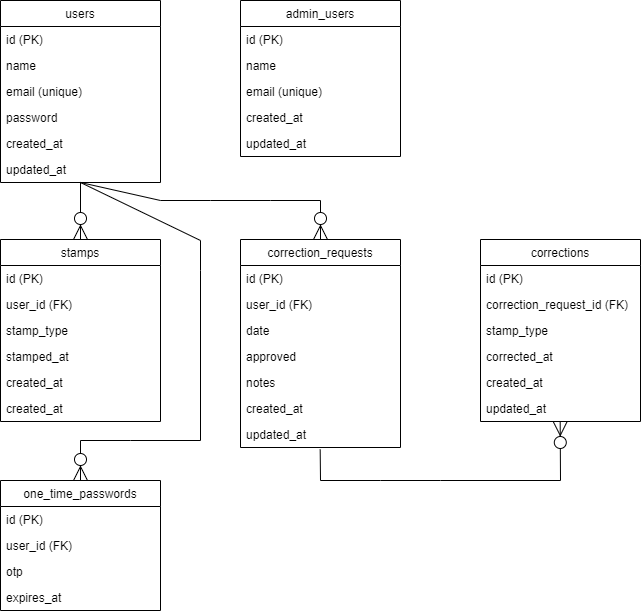
Earlier version of the draw.io export er.drawio.png (wataru-xxxg/attendance). Source tidied: cells renumbered, new cells last; positions are measured from the earlier drawing's top-left corner, leaving out a move shared by most shapes. Its diagram source:
```xml
<mxGraphModel>
  <root>
    <mxCell id="0" />
    <mxCell id="1" parent="0" />
    <mxCell id="2" value="users" style="swimlane;fontStyle=0;horizontal=1;startSize=26;rounded=0;shadow=0;strokeWidth=1;" parent="1" vertex="1">
      <mxGeometry width="160" height="182" as="geometry" />
    </mxCell>
    <mxCell id="3" value="id (PK)" style="text;strokeColor=none;fillColor=none;align=left;verticalAlign=top;spacingLeft=4;spacingRight=4;overflow=hidden;" parent="2" vertex="1">
      <mxGeometry y="26" width="160" height="26" as="geometry" />
    </mxCell>
    <mxCell id="4" value="name" style="text;strokeColor=none;fillColor=none;align=left;verticalAlign=top;spacingLeft=4;spacingRight=4;overflow=hidden;" parent="2" vertex="1">
      <mxGeometry y="52" width="160" height="26" as="geometry" />
    </mxCell>
    <mxCell id="5" value="email (unique)" style="text;strokeColor=none;fillColor=none;align=left;verticalAlign=top;spacingLeft=4;spacingRight=4;overflow=hidden;points=[[0,0.5],[1,0.5]];portConstraint=eastwest;" parent="2" vertex="1">
      <mxGeometry y="78" width="160" height="26" as="geometry" />
    </mxCell>
    <mxCell id="6" value="password" style="text;strokeColor=none;fillColor=none;align=left;verticalAlign=top;spacingLeft=4;spacingRight=4;overflow=hidden;" parent="2" vertex="1">
      <mxGeometry y="104" width="160" height="26" as="geometry" />
    </mxCell>
    <mxCell id="7" value="created_at" style="text;strokeColor=none;fillColor=none;align=left;verticalAlign=top;spacingLeft=4;spacingRight=4;overflow=hidden;" parent="2" vertex="1">
      <mxGeometry y="130" width="160" height="26" as="geometry" />
    </mxCell>
    <mxCell id="8" value="updated_at" style="text;strokeColor=none;fillColor=none;align=left;verticalAlign=top;spacingLeft=4;spacingRight=4;overflow=hidden;" parent="2" vertex="1">
      <mxGeometry y="156" width="160" height="26" as="geometry" />
    </mxCell>
    <mxCell id="9" value="admin_users" style="swimlane;fontStyle=0;horizontal=1;startSize=26;rounded=0;shadow=0;strokeWidth=1;" parent="1" vertex="1">
      <mxGeometry x="240" width="160" height="156" as="geometry" />
    </mxCell>
    <mxCell id="10" value="id (PK)" style="text;strokeColor=none;fillColor=none;align=left;verticalAlign=top;spacingLeft=4;spacingRight=4;overflow=hidden;" parent="9" vertex="1">
      <mxGeometry y="26" width="160" height="26" as="geometry" />
    </mxCell>
    <mxCell id="11" value="name" style="text;strokeColor=none;fillColor=none;align=left;verticalAlign=top;spacingLeft=4;spacingRight=4;overflow=hidden;" parent="9" vertex="1">
      <mxGeometry y="52" width="160" height="26" as="geometry" />
    </mxCell>
    <mxCell id="12" value="email (unique)" style="text;strokeColor=none;fillColor=none;align=left;verticalAlign=top;spacingLeft=4;spacingRight=4;overflow=hidden;" parent="9" vertex="1">
      <mxGeometry y="78" width="160" height="26" as="geometry" />
    </mxCell>
    <mxCell id="13" value="created_at" style="text;strokeColor=none;fillColor=none;align=left;verticalAlign=top;spacingLeft=4;spacingRight=4;overflow=hidden;" parent="9" vertex="1">
      <mxGeometry y="104" width="160" height="26" as="geometry" />
    </mxCell>
    <mxCell id="14" value="updated_at" style="text;strokeColor=none;fillColor=none;align=left;verticalAlign=top;spacingLeft=4;spacingRight=4;overflow=hidden;" parent="9" vertex="1">
      <mxGeometry y="130" width="160" height="26" as="geometry" />
    </mxCell>
    <mxCell id="15" value="stamps" style="swimlane;fontStyle=0;horizontal=1;startSize=26;rounded=0;shadow=0;strokeWidth=1;" parent="1" vertex="1">
      <mxGeometry y="239" width="160" height="182" as="geometry" />
    </mxCell>
    <mxCell id="16" value="id (PK)" style="text;strokeColor=none;fillColor=none;align=left;verticalAlign=top;spacingLeft=4;spacingRight=4;overflow=hidden;" parent="15" vertex="1">
      <mxGeometry y="26" width="160" height="26" as="geometry" />
    </mxCell>
    <mxCell id="17" value="user_id (FK)" style="text;strokeColor=none;fillColor=none;align=left;verticalAlign=top;spacingLeft=4;spacingRight=4;overflow=hidden;" parent="15" vertex="1">
      <mxGeometry y="52" width="160" height="26" as="geometry" />
    </mxCell>
    <mxCell id="18" value="stamp_type" style="text;strokeColor=none;fillColor=none;align=left;verticalAlign=top;spacingLeft=4;spacingRight=4;overflow=hidden;" parent="15" vertex="1">
      <mxGeometry y="78" width="160" height="26" as="geometry" />
    </mxCell>
    <mxCell id="19" value="stamped_at" style="text;strokeColor=none;fillColor=none;align=left;verticalAlign=top;spacingLeft=4;spacingRight=4;overflow=hidden;" parent="15" vertex="1">
      <mxGeometry y="104" width="160" height="26" as="geometry" />
    </mxCell>
    <mxCell id="20" value="created_at" style="text;strokeColor=none;fillColor=none;align=left;verticalAlign=top;spacingLeft=4;spacingRight=4;overflow=hidden;" parent="15" vertex="1">
      <mxGeometry y="130" width="160" height="26" as="geometry" />
    </mxCell>
    <mxCell id="21" value="created_at" style="text;strokeColor=none;fillColor=none;align=left;verticalAlign=top;spacingLeft=4;spacingRight=4;overflow=hidden;" parent="15" vertex="1">
      <mxGeometry y="156" width="160" height="26" as="geometry" />
    </mxCell>
    <mxCell id="22" value="correction_requests" style="swimlane;fontStyle=0;horizontal=1;startSize=26;rounded=0;shadow=0;strokeWidth=1;" parent="1" vertex="1">
      <mxGeometry x="240" y="239" width="160" height="208" as="geometry" />
    </mxCell>
    <mxCell id="23" value="id (PK)" style="text;strokeColor=none;fillColor=none;align=left;verticalAlign=top;spacingLeft=4;spacingRight=4;overflow=hidden;" parent="22" vertex="1">
      <mxGeometry y="26" width="160" height="26" as="geometry" />
    </mxCell>
    <mxCell id="24" value="user_id (FK)" style="text;strokeColor=none;fillColor=none;align=left;verticalAlign=top;spacingLeft=4;spacingRight=4;overflow=hidden;" parent="22" vertex="1">
      <mxGeometry y="52" width="160" height="26" as="geometry" />
    </mxCell>
    <mxCell id="25" value="date" style="text;strokeColor=none;fillColor=none;align=left;verticalAlign=top;spacingLeft=4;spacingRight=4;overflow=hidden;" parent="22" vertex="1">
      <mxGeometry y="78" width="160" height="26" as="geometry" />
    </mxCell>
    <mxCell id="26" value="approved" style="text;strokeColor=none;fillColor=none;align=left;verticalAlign=top;spacingLeft=4;spacingRight=4;overflow=hidden;" parent="22" vertex="1">
      <mxGeometry y="104" width="160" height="26" as="geometry" />
    </mxCell>
    <mxCell id="27" value="notes" style="text;strokeColor=none;fillColor=none;align=left;verticalAlign=top;spacingLeft=4;spacingRight=4;overflow=hidden;" parent="22" vertex="1">
      <mxGeometry y="130" width="160" height="26" as="geometry" />
    </mxCell>
    <mxCell id="28" value="created_at" style="text;strokeColor=none;fillColor=none;align=left;verticalAlign=top;spacingLeft=4;spacingRight=4;overflow=hidden;" parent="22" vertex="1">
      <mxGeometry y="156" width="160" height="26" as="geometry" />
    </mxCell>
    <mxCell id="29" value="updated_at" style="text;strokeColor=none;fillColor=none;align=left;verticalAlign=top;spacingLeft=4;spacingRight=4;overflow=hidden;points=[[0,0.5],[1,0.5]];portConstraint=eastwest;" parent="22" vertex="1">
      <mxGeometry y="182" width="160" height="26" as="geometry" />
    </mxCell>
    <mxCell id="30" value="corrections" style="swimlane;fontStyle=0;horizontal=1;startSize=26;rounded=0;shadow=0;strokeWidth=1;" parent="1" vertex="1">
      <mxGeometry x="480" y="239" width="160" height="182" as="geometry" />
    </mxCell>
    <mxCell id="31" value="id (PK)" style="text;strokeColor=none;fillColor=none;align=left;verticalAlign=top;spacingLeft=4;spacingRight=4;overflow=hidden;" parent="30" vertex="1">
      <mxGeometry y="26" width="160" height="26" as="geometry" />
    </mxCell>
    <mxCell id="32" value="correction_request_id (FK)" style="text;strokeColor=none;fillColor=none;align=left;verticalAlign=top;spacingLeft=4;spacingRight=4;overflow=hidden;" parent="30" vertex="1">
      <mxGeometry y="52" width="160" height="26" as="geometry" />
    </mxCell>
    <mxCell id="33" value="stamp_type" style="text;strokeColor=none;fillColor=none;align=left;verticalAlign=top;spacingLeft=4;spacingRight=4;overflow=hidden;" parent="30" vertex="1">
      <mxGeometry y="78" width="160" height="26" as="geometry" />
    </mxCell>
    <mxCell id="34" value="corrected_at" style="text;strokeColor=none;fillColor=none;align=left;verticalAlign=top;spacingLeft=4;spacingRight=4;overflow=hidden;" parent="30" vertex="1">
      <mxGeometry y="104" width="160" height="26" as="geometry" />
    </mxCell>
    <mxCell id="35" value="created_at" style="text;strokeColor=none;fillColor=none;align=left;verticalAlign=top;spacingLeft=4;spacingRight=4;overflow=hidden;" parent="30" vertex="1">
      <mxGeometry y="130" width="160" height="26" as="geometry" />
    </mxCell>
    <mxCell id="36" value="updated_at" style="text;strokeColor=none;fillColor=none;align=left;verticalAlign=top;spacingLeft=4;spacingRight=4;overflow=hidden;points=[[0,0.5],[1,0.5]];portConstraint=eastwest;" parent="30" vertex="1">
      <mxGeometry y="156" width="160" height="26" as="geometry" />
    </mxCell>
    <mxCell id="37" value="one_time_passwords" style="swimlane;fontStyle=0;horizontal=1;startSize=26;rounded=0;shadow=0;strokeWidth=1;" parent="1" vertex="1">
      <mxGeometry y="480" width="160" height="130" as="geometry" />
    </mxCell>
    <mxCell id="38" value="id (PK)" style="text;strokeColor=none;fillColor=none;align=left;verticalAlign=top;spacingLeft=4;spacingRight=4;overflow=hidden;" parent="37" vertex="1">
      <mxGeometry y="26" width="160" height="26" as="geometry" />
    </mxCell>
    <mxCell id="39" value="user_id (FK)" style="text;strokeColor=none;fillColor=none;align=left;verticalAlign=top;spacingLeft=4;spacingRight=4;overflow=hidden;" parent="37" vertex="1">
      <mxGeometry y="52" width="160" height="26" as="geometry" />
    </mxCell>
    <mxCell id="40" value="otp" style="text;strokeColor=none;fillColor=none;align=left;verticalAlign=top;spacingLeft=4;spacingRight=4;overflow=hidden;" parent="37" vertex="1">
      <mxGeometry y="78" width="160" height="26" as="geometry" />
    </mxCell>
    <mxCell id="41" value="expires_at" style="text;strokeColor=none;fillColor=none;align=left;verticalAlign=top;spacingLeft=4;spacingRight=4;overflow=hidden;" parent="37" vertex="1">
      <mxGeometry y="104" width="160" height="26" as="geometry" />
    </mxCell>
    <mxCell id="42" style="endArrow=ERzeroToMany;endFill=1;endSize=12;html=1;rounded=0;exitX=0.5;exitY=1;exitDx=0;exitDy=0;entryX=0.5;entryY=0;entryDx=0;entryDy=0;" parent="1" edge="1" source="2" target="15">
      <mxGeometry relative="1" as="geometry" />
    </mxCell>
    <mxCell id="43" style="endArrow=ERzeroToMany;endFill=1;endSize=12;html=1;rounded=0;exitX=0.5;exitY=1;exitDx=0;exitDy=0;entryX=0.5;entryY=0;entryDx=0;entryDy=0;" parent="1" edge="1" source="2" target="22">
      <mxGeometry relative="1" as="geometry">
        <Array as="points">
          <mxPoint x="160" y="200" />
          <mxPoint x="210" y="200" />
          <mxPoint x="270" y="200" />
          <mxPoint x="320" y="200" />
        </Array>
      </mxGeometry>
    </mxCell>
    <mxCell id="44" style="endArrow=ERzeroToMany;endFill=1;endSize=12;html=1;rounded=0;exitX=0.5;exitY=1;exitDx=0;exitDy=0;entryX=0.5;entryY=0;entryDx=0;entryDy=0;" parent="1" edge="1" source="2" target="37">
      <mxGeometry relative="1" as="geometry">
        <Array as="points">
          <mxPoint x="200" y="240" />
          <mxPoint x="200" y="270" />
          <mxPoint x="200" y="440" />
          <mxPoint x="130" y="440" />
          <mxPoint x="80" y="440" />
        </Array>
      </mxGeometry>
    </mxCell>
    <mxCell id="45" style="endArrow=ERzeroToMany;endFill=1;endSize=12;html=1;rounded=0;exitX=0.498;exitY=1.077;exitDx=0;exitDy=0;exitPerimeter=0;entryX=0.498;entryY=1;entryDx=0;entryDy=0;entryPerimeter=0;" parent="1" edge="1" source="29" target="36">
      <mxGeometry relative="1" as="geometry">
        <Array as="points">
          <mxPoint x="320" y="480" />
          <mxPoint x="380" y="480" />
          <mxPoint x="440" y="480" />
          <mxPoint x="560" y="480" />
        </Array>
      </mxGeometry>
    </mxCell>
  </root>
</mxGraphModel>
```
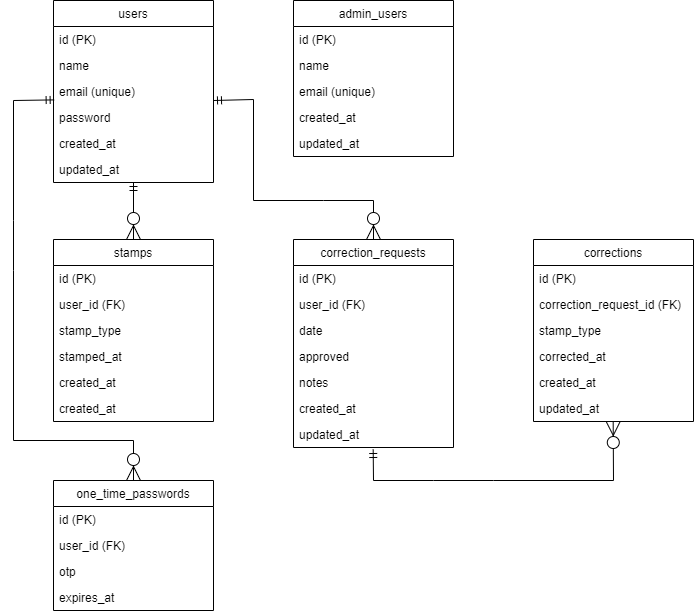
After the commit.

The edit, as a diff of the source:
```diff
@@ -122,31 +122,32 @@
     <mxCell id="41" value="expires_at" style="text;strokeColor=none;fillColor=none;align=left;verticalAlign=top;spacingLeft=4;spacingRight=4;overflow=hidden;" parent="37" vertex="1">
       <mxGeometry y="104" width="160" height="26" as="geometry" />
     </mxCell>
-    <mxCell id="42" style="endArrow=ERzeroToMany;endFill=1;endSize=12;html=1;rounded=0;exitX=0.5;exitY=1;exitDx=0;exitDy=0;entryX=0.5;entryY=0;entryDx=0;entryDy=0;" parent="1" edge="1" source="2" target="15">
+    <mxCell id="42" style="endArrow=ERzeroToMany;endFill=1;endSize=12;html=1;rounded=0;exitX=0.5;exitY=1;exitDx=0;exitDy=0;entryX=0.5;entryY=0;entryDx=0;entryDy=0;startArrow=ERmandOne;startFill=0;" parent="1" edge="1" source="2" target="15">
       <mxGeometry relative="1" as="geometry" />
     </mxCell>
-    <mxCell id="43" style="endArrow=ERzeroToMany;endFill=1;endSize=12;html=1;rounded=0;exitX=0.5;exitY=1;exitDx=0;exitDy=0;entryX=0.5;entryY=0;entryDx=0;entryDy=0;" parent="1" edge="1" source="2" target="22">
+    <mxCell id="43" style="endArrow=ERzeroToMany;endFill=1;endSize=12;html=1;rounded=0;entryX=0.5;entryY=0;entryDx=0;entryDy=0;startArrow=ERmandOne;startFill=0;" parent="1" edge="1" target="22">
       <mxGeometry relative="1" as="geometry">
+        <mxPoint x="160" y="100" as="sourcePoint" />
         <Array as="points">
-          <mxPoint x="160" y="200" />
-          <mxPoint x="210" y="200" />
+          <mxPoint x="200" y="99" />
+          <mxPoint x="200" y="200" />
           <mxPoint x="270" y="200" />
           <mxPoint x="320" y="200" />
         </Array>
       </mxGeometry>
     </mxCell>
-    <mxCell id="44" style="endArrow=ERzeroToMany;endFill=1;endSize=12;html=1;rounded=0;exitX=0.5;exitY=1;exitDx=0;exitDy=0;entryX=0.5;entryY=0;entryDx=0;entryDy=0;" parent="1" edge="1" source="2" target="37">
+    <mxCell id="44" style="endArrow=ERzeroToMany;endFill=1;endSize=12;html=1;rounded=0;entryX=0.5;entryY=0;entryDx=0;entryDy=0;startArrow=ERmandOne;startFill=0;exitX=0.004;exitY=0.823;exitDx=0;exitDy=0;exitPerimeter=0;" parent="1" edge="1" source="5" target="37">
       <mxGeometry relative="1" as="geometry">
         <Array as="points">
-          <mxPoint x="200" y="240" />
-          <mxPoint x="200" y="270" />
-          <mxPoint x="200" y="440" />
-          <mxPoint x="130" y="440" />
+          <mxPoint x="-40" y="100" />
+          <mxPoint x="-40" y="220" />
+          <mxPoint x="-40" y="270" />
+          <mxPoint x="-40" y="440" />
           <mxPoint x="80" y="440" />
         </Array>
       </mxGeometry>
     </mxCell>
-    <mxCell id="45" style="endArrow=ERzeroToMany;endFill=1;endSize=12;html=1;rounded=0;exitX=0.498;exitY=1.077;exitDx=0;exitDy=0;exitPerimeter=0;entryX=0.498;entryY=1;entryDx=0;entryDy=0;entryPerimeter=0;" parent="1" edge="1" source="29" target="36">
+    <mxCell id="45" style="endArrow=ERzeroToMany;endFill=1;endSize=12;html=1;rounded=0;exitX=0.498;exitY=1.077;exitDx=0;exitDy=0;exitPerimeter=0;entryX=0.498;entryY=1;entryDx=0;entryDy=0;entryPerimeter=0;strokeColor=default;startArrow=ERmandOne;startFill=0;" parent="1" edge="1" source="29" target="36">
       <mxGeometry relative="1" as="geometry">
         <Array as="points">
           <mxPoint x="320" y="480" />
```
